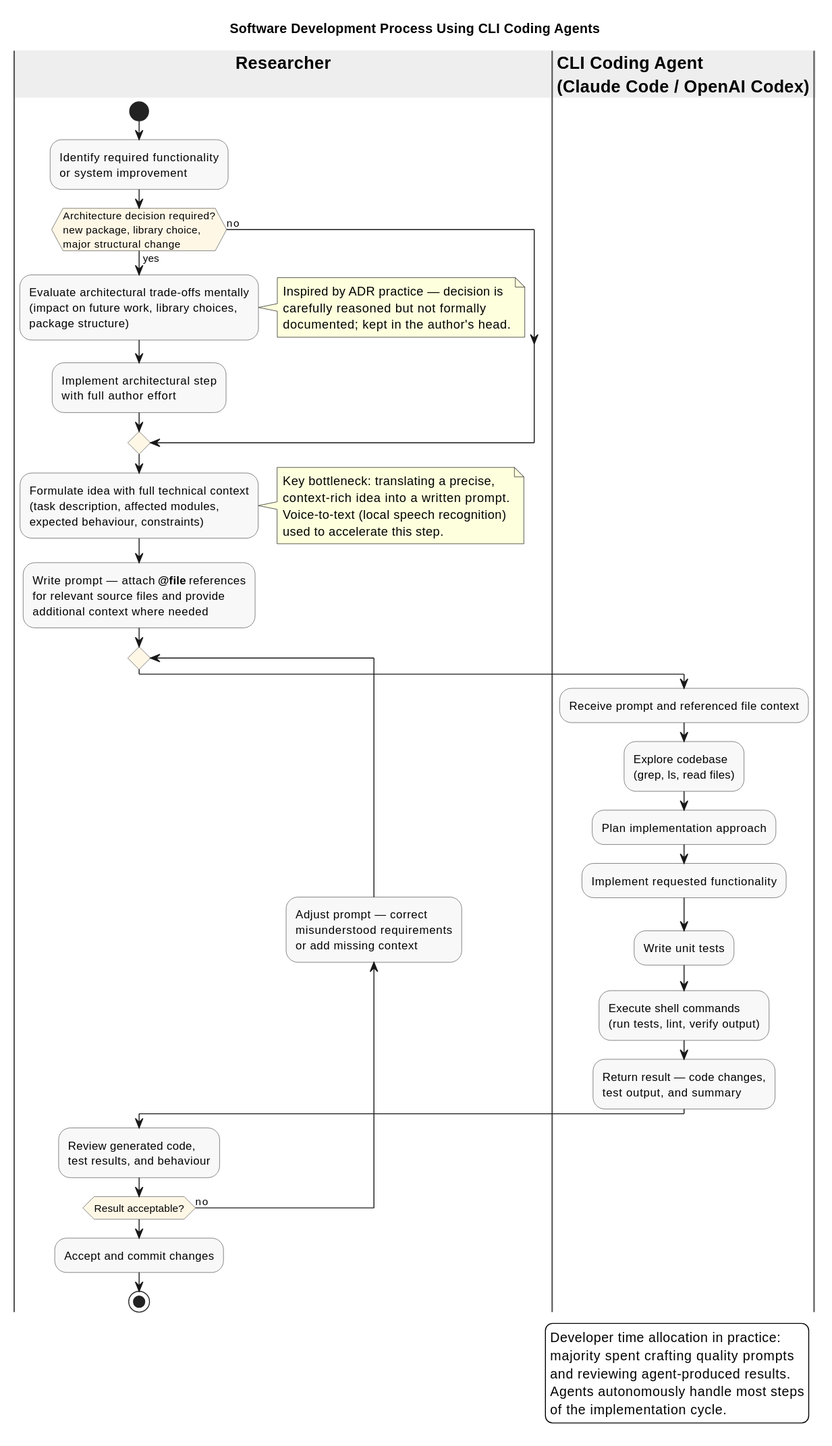
Before: docs/diagrams/generated/svg/ai-coding-workflow.svg, a diagram exported from PlantUML (TomsBicans/agentic-context-engineering). Its diagram source:
```plantuml
@startuml
title Software Development Process Using CLI Coding Agents

skinparam backgroundColor white
skinparam shadowing false
skinparam defaultFontName Arial
skinparam activity {
  BackgroundColor #F8F8F8
  BorderColor #555555
  DiamondBackgroundColor #FFF7E6
  DiamondBorderColor #555555
}
skinparam swimlane {
  BorderColor #555555
  TitleBackgroundColor #EEEEEE
  TitleFontStyle bold
}

|Researcher|
start

:Identify required functionality\nor system improvement;

if (Architecture decision required?\nnew package, library choice,\nmajor structural change) then (yes)
  :Evaluate architectural trade-offs mentally\n(impact on future work, library choices,\npackage structure);
  note right
  Inspired by ADR practice — decision is
  carefully reasoned but not formally
  documented; kept in the author's head.
  end note
  :Implement architectural step\nwith full author effort;
else (no)
endif

:Formulate idea with full technical context\n(task description, affected modules,\nexpected behaviour, constraints);

note right
  Key bottleneck: translating a precise,
  context-rich idea into a written prompt.
  Voice-to-text (local speech recognition)
  used to accelerate this step.
end note

:Write prompt — attach **@file** references\nfor relevant source files and provide\nadditional context where needed;

repeat

  |CLI Coding Agent\n(Claude Code / OpenAI Codex)|

  :Receive prompt and referenced file context;
  :Explore codebase\n(grep, ls, read files);
  :Plan implementation approach;
  :Implement requested functionality;
  :Write unit tests;
  :Execute shell commands\n(run tests, lint, verify output);
  :Return result — code changes,\ntest output, and summary;

  |Researcher|

  :Review generated code,\ntest results, and behaviour;

backward:Adjust prompt — correct\nmisunderstood requirements\nor add missing context;
repeat while (Result acceptable?) is (no)

:Accept and commit changes;

stop

legend right
  Developer time allocation in practice:
  majority spent crafting quality prompts
  and reviewing agent-produced results.
  Agents autonomously handle most steps
  of the implementation cycle.
endlegend
@enduml
```
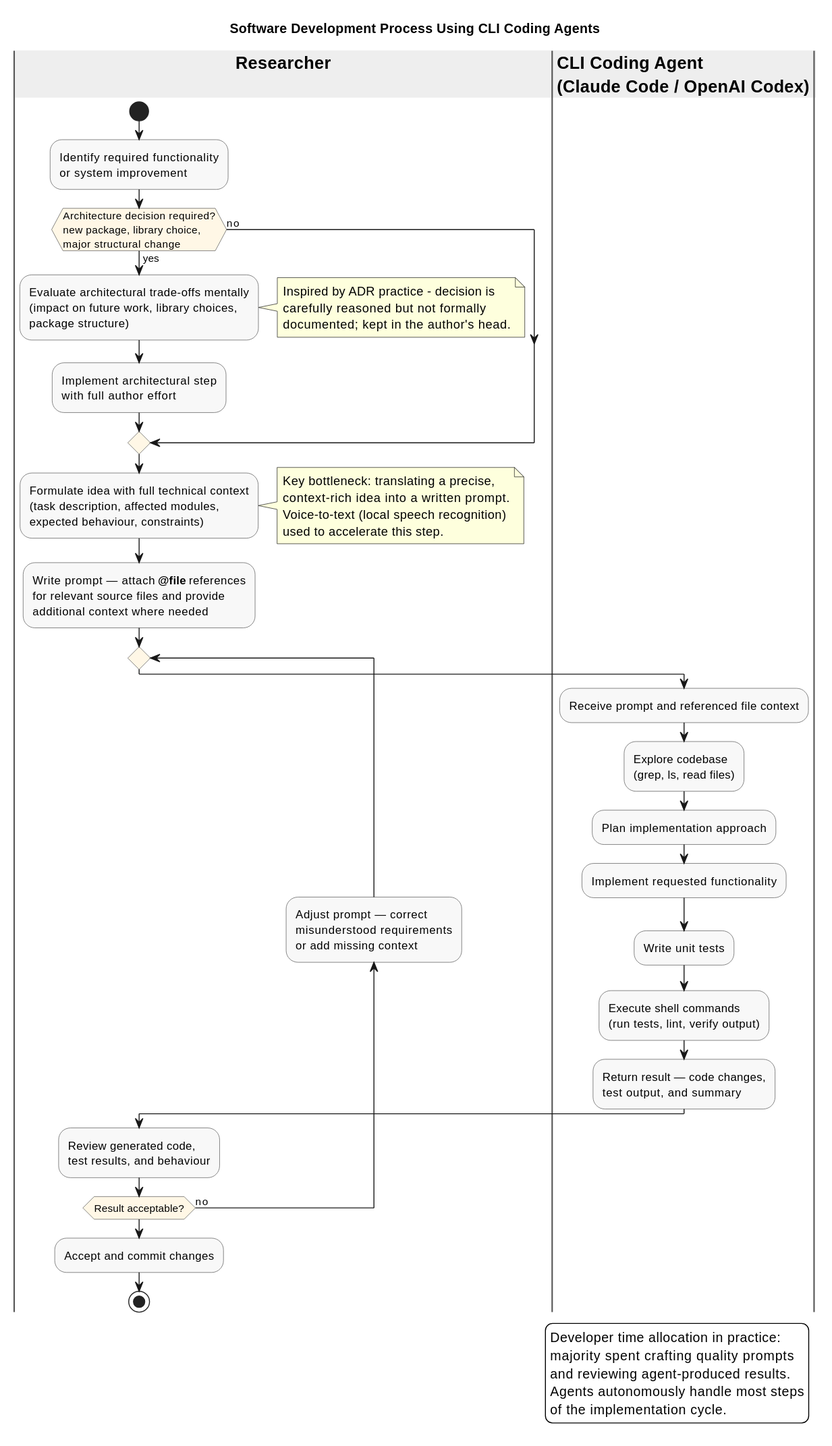
After the change.

Change to the diagram source:
```diff
@@ -24,7 +24,7 @@
 if (Architecture decision required?\nnew package, library choice,\nmajor structural change) then (yes)
   :Evaluate architectural trade-offs mentally\n(impact on future work, library choices,\npackage structure);
   note right
-  Inspired by ADR practice — decision is
+  Inspired by ADR practice - decision is
   carefully reasoned but not formally
   documented; kept in the author's head.
   end note
```
